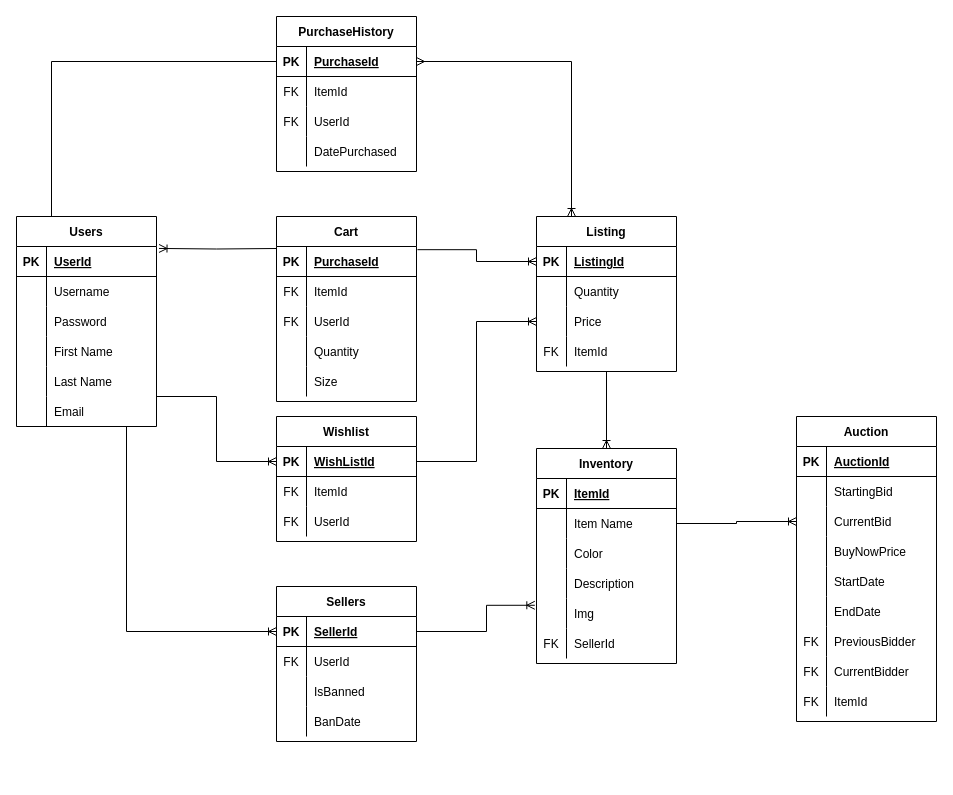
This is Deliverable 2/Shufflewear.drawio from AlvinAlagos/E-CommerceProject, a draw.io file, before an edit. Source tidied: cells renumbered, new cells numbered last; positions are measured from the earlier drawing's top-left corner, leaving out a move shared by most shapes. Both pictures are drawn from the tidied source at 100%, with x=0, y=0 at pixel (16, 16).
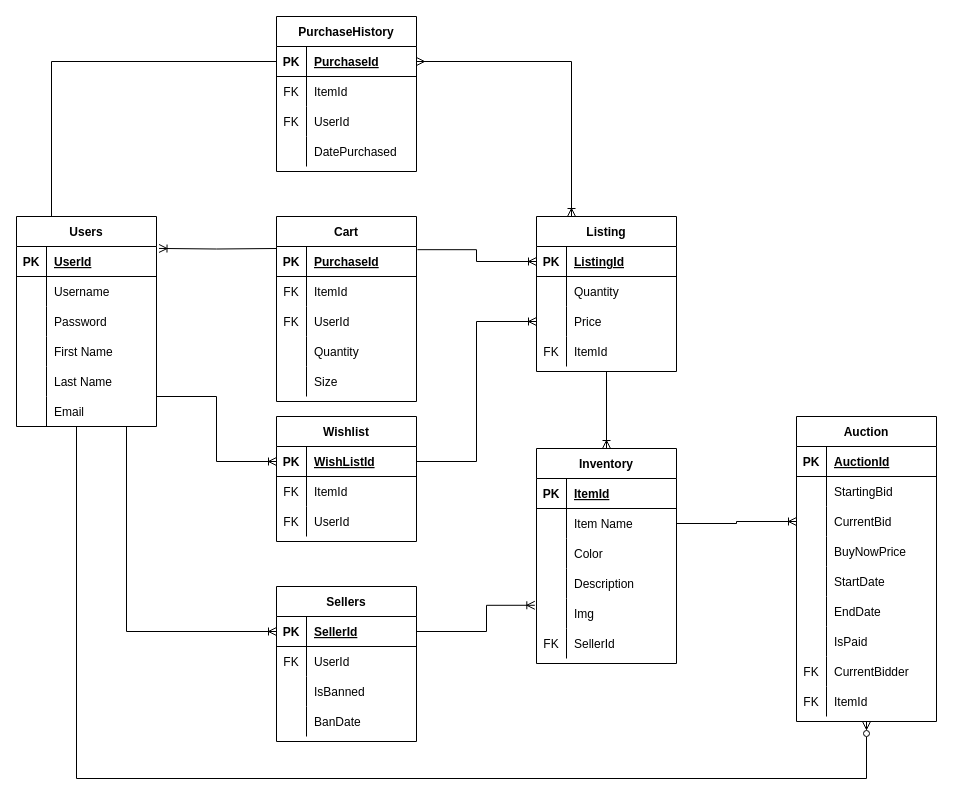
After the change.

Commit message:
added user to auction connection

Unchanged cells that the change refers to:
```xml
<mxCell id="51" style="shape=partialRectangle;fillColor=none;points=[[0,0.5],[1,0.5]];portConstraint=eastwest;top=0;left=0;right=0;bottom=0;" parent="35" vertex="1">
  <mxGeometry y="180" width="140" height="30" as="geometry" />
</mxCell>
<mxCell id="72" value="Auction" style="shape=table;startSize=30;childLayout=tableLayout;rowLines=0;fontStyle=1;align=center;" parent="1" vertex="1">
  <mxGeometry x="780" y="400" width="140" height="305" as="geometry" />
</mxCell>
<mxCell id="91" style="shape=partialRectangle;fillColor=none;top=0;left=0;right=0;bottom=0;" parent="72" vertex="1">
  <mxGeometry y="210" width="140" height="30" as="geometry" />
</mxCell>
```

Change to the diagram source:
```diff
@@
-    <mxCell id="92" value="FK" style="shape=partialRectangle;overflow=hidden;fillColor=none;top=0;left=0;bottom=0;right=0;" parent="91" vertex="1">
-      <mxGeometry width="30" height="30" as="geometry" />
-    </mxCell>
-    <mxCell id="93" value="PreviousBidder" style="shape=partialRectangle;overflow=hidden;fillColor=none;top=0;left=0;bottom=0;right=0;align=left;spacingLeft=6;" parent="91" vertex="1">
-      <mxGeometry x="30" width="110" height="30" as="geometry" />
-    </mxCell>
+    <mxCell id="143" style="shape=partialRectangle;overflow=hidden;fillColor=none;top=0;left=0;bottom=0;right=0;" parent="91" vertex="1">
+      <mxGeometry width="30" height="30" as="geometry" />
+    </mxCell>
+    <mxCell id="144" value="IsPaid" style="shape=partialRectangle;overflow=hidden;fillColor=none;top=0;left=0;bottom=0;right=0;align=left;spacingLeft=6;" parent="91" vertex="1">
+      <mxGeometry x="30" width="110" height="30" as="geometry" />
+    </mxCell>
@@
+    <mxCell id="145" style="fontSize=12;html=1;endArrow=ERzeroToMany;rounded=0;edgeStyle=orthogonalEdgeStyle;entryX=0.5;entryY=1;entryDx=0;entryDy=0;endFill=0;" parent="1" edge="1" source="51" target="72">
+      <mxGeometry relative="1" as="geometry">
+        <Array as="points">
+          <mxPoint x="60" y="762" />
+          <mxPoint x="850" y="762" />
+        </Array>
+      </mxGeometry>
+    </mxCell>
```
